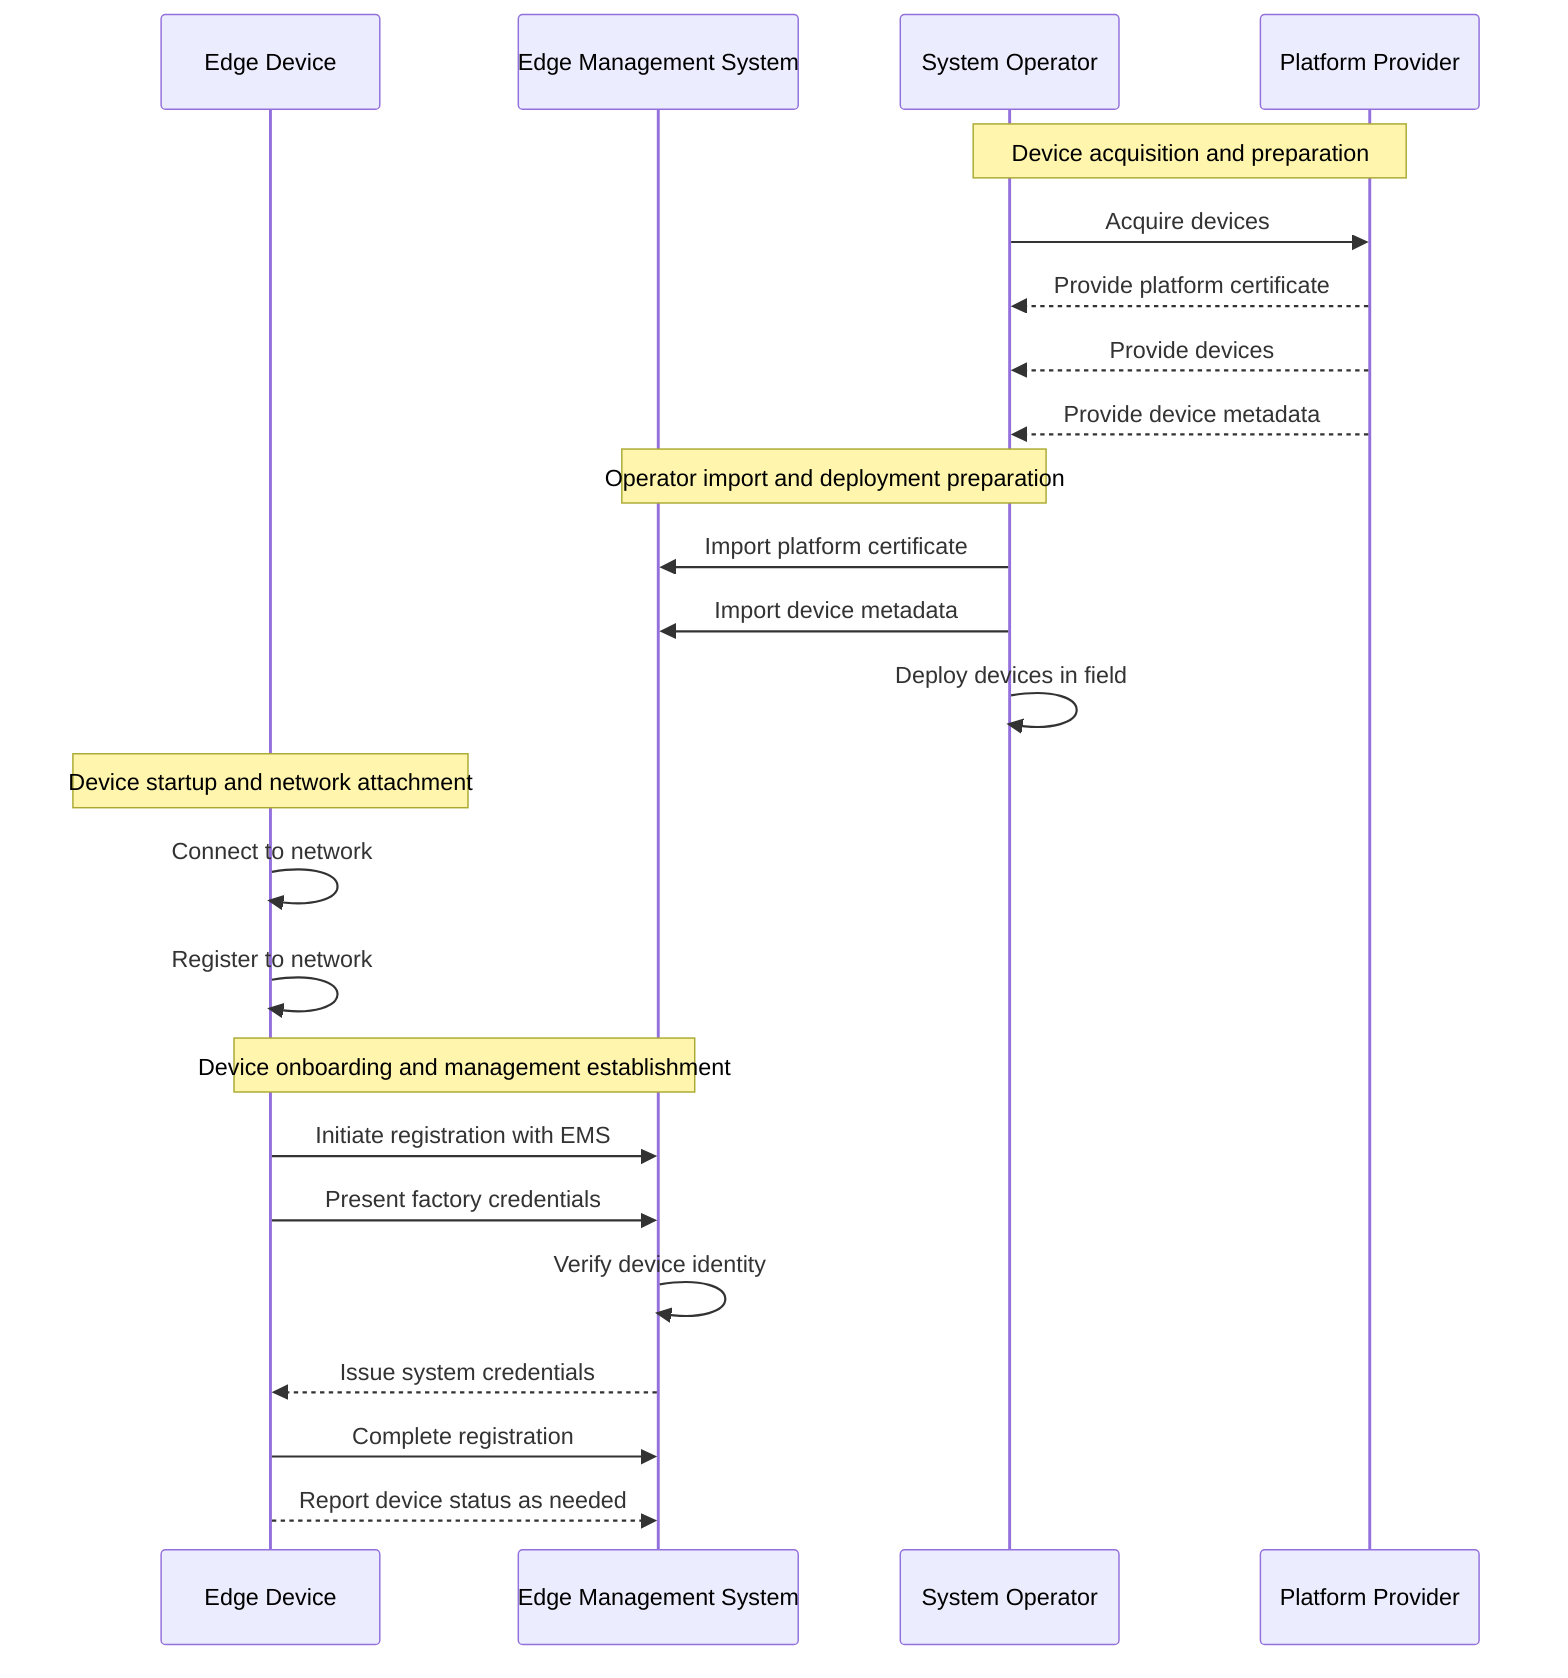
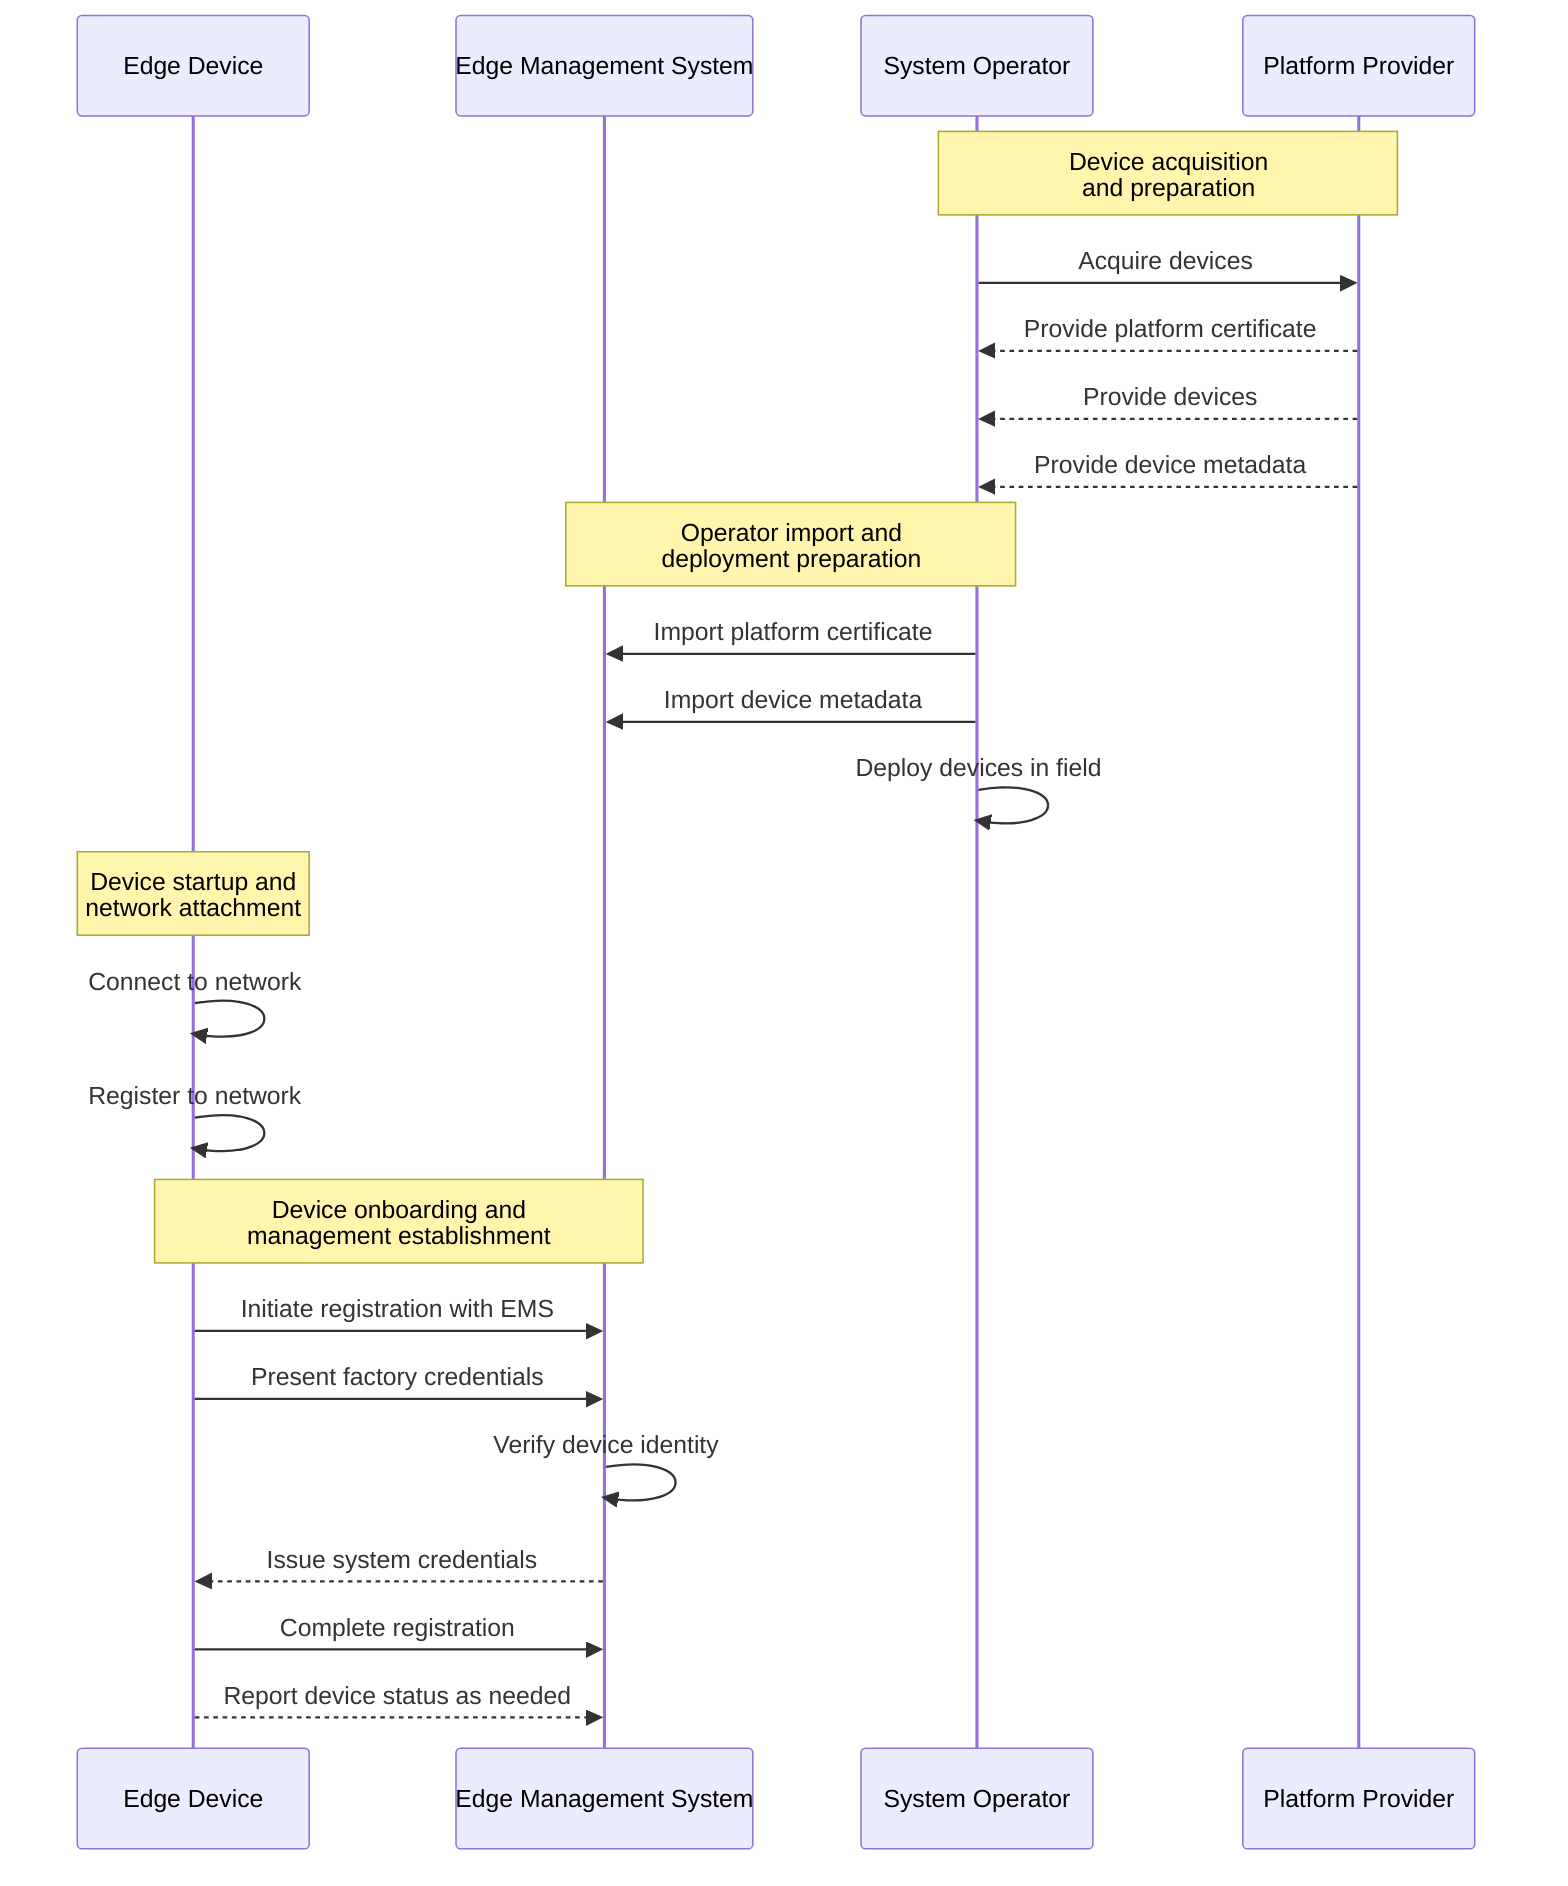
sequenceDiagram
    participant D as Edge Device
    participant E as Edge Management System
    participant O as System Operator
    participant P as Platform Provider

-     Note over O,P: Device acquisition and preparation
+     Note over O,P: Device acquisition<br/>and preparation
    O->>P: Acquire devices
    P-->>O: Provide platform certificate
    P-->>O: Provide devices
    P-->>O: Provide device metadata

-     Note over O,E: Operator import and deployment preparation
+     Note over O,E: Operator import and<br/>deployment preparation
    O->>E: Import platform certificate
    O->>E: Import device metadata
    O->>O: Deploy devices in field

-     Note over D,D: Device startup and network attachment
+     Note over D,D: Device startup and<br/>network attachment
    D->>D: Connect to network
    D->>D: Register to network

-     Note over D,E: Device onboarding and management establishment
+     Note over D,E: Device onboarding and<br/>management establishment
    D->>E: Initiate registration with EMS
    D->>E: Present factory credentials
    E->>E: Verify device identity
    E-->>D: Issue system credentials
    D->>E: Complete registration
-     D-->>E: Report device status as needed+     D-->>E: Report device status as needed
